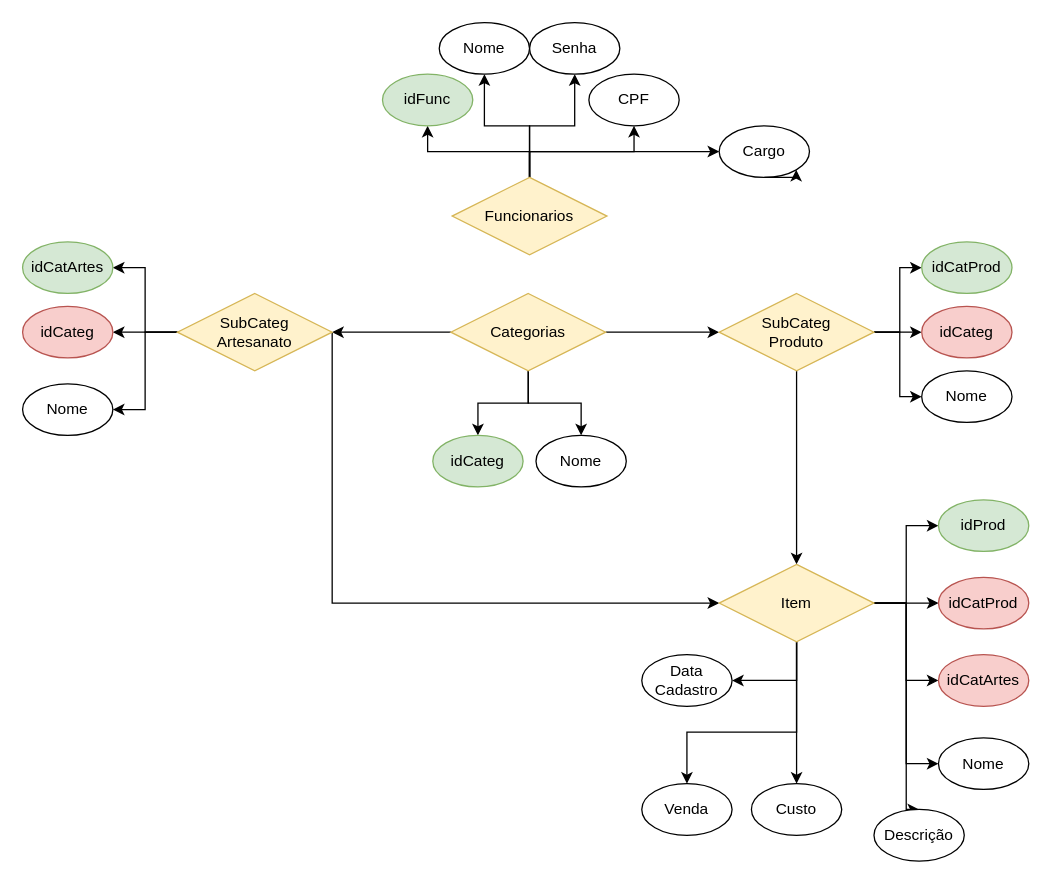
The draw.io diagram diagramaEntidade.drawio in MarinaPereiraCardozo/AtelierCris, before the edit. Source tidied: cells renumbered, new cells numbered last; positions are measured from the earlier drawing's top-left corner, leaving out a move shared by most shapes. Both pictures are drawn from the tidied source at 129%, with x=0, y=0 at pixel (22, 22).
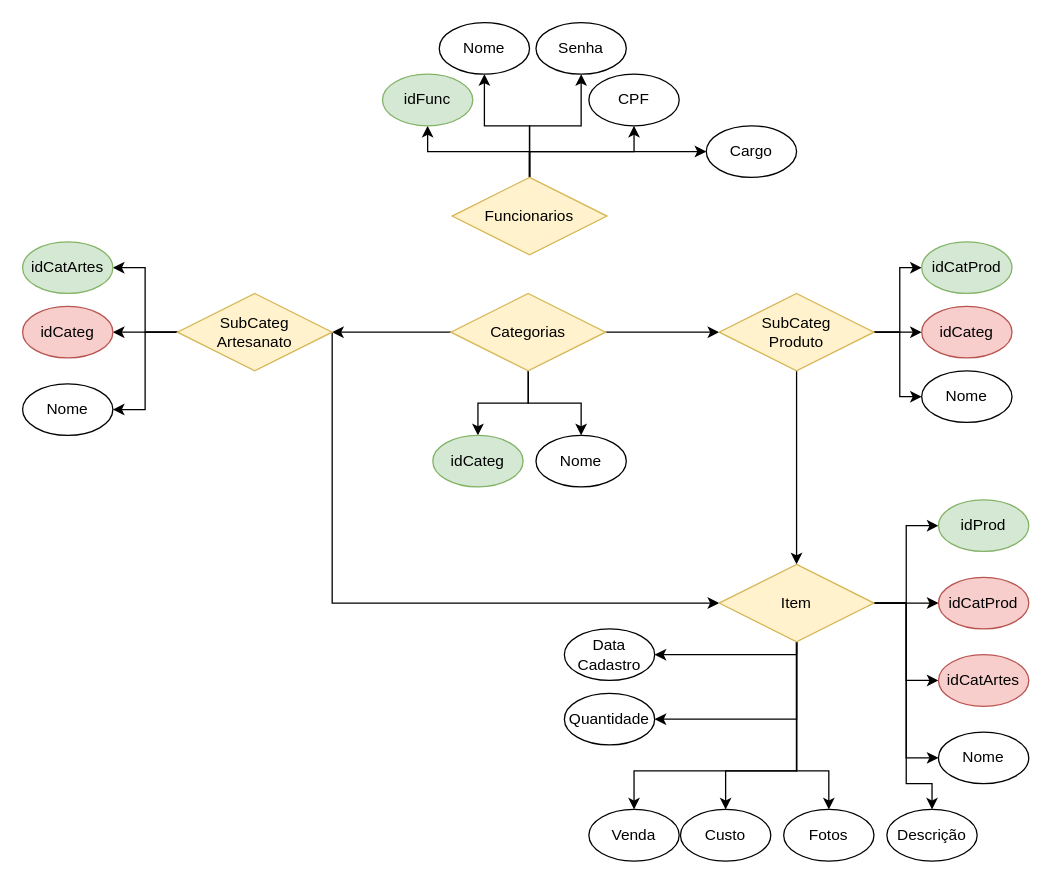
Above is the later version.

The change refers to these unchanged cells:
```xml
<mxCell id="43" value="Item" style="rhombus;whiteSpace=wrap;html=1;fillColor=#fff2cc;strokeColor=#d6b656;" parent="1" vertex="1">
  <mxGeometry x="540" y="420" width="120" height="60" as="geometry" />
</mxCell>
```

Change to the diagram source:
```diff
@@
     <mxCell id="9" value="Senha" style="ellipse;whiteSpace=wrap;html=1;" parent="1" vertex="1">
-      <mxGeometry x="393" width="70" height="40" as="geometry" />
+      <mxGeometry x="398" width="70" height="40" as="geometry" />
     </mxCell>
@@
     <mxCell id="38" style="edgeStyle=orthogonalEdgeStyle;rounded=0;jettySize=auto;html=1;entryX=0.5;entryY=0;entryDx=0;entryDy=0;" parent="1" edge="1" source="43" target="47">
       <mxGeometry relative="1" as="geometry">
         <Array as="points">
           <mxPoint x="685" y="450" />
+          <mxPoint x="685" y="590" />
+          <mxPoint x="705" y="590" />
         </Array>
       </mxGeometry>
     </mxCell>
     <mxCell id="39" style="edgeStyle=orthogonalEdgeStyle;rounded=0;jettySize=auto;html=1;entryX=0.5;entryY=0;entryDx=0;entryDy=0;" parent="1" edge="1" source="43" target="48">
-      <mxGeometry relative="1" as="geometry" />
+      <mxGeometry relative="1" as="geometry">
+        <Array as="points">
+          <mxPoint x="600" y="580" />
+          <mxPoint x="545" y="580" />
+        </Array>
+      </mxGeometry>
     </mxCell>
-    <mxCell id="40" style="edgeStyle=orthogonalEdgeStyle;rounded=0;jettySize=auto;html=1;" parent="1" edge="1" source="43" target="49">
+    <mxCell id="40" style="edgeStyle=orthogonalEdgeStyle;rounded=0;jettySize=auto;html=1;entryX=0.5;entryY=0;entryDx=0;entryDy=0;" parent="1" edge="1" source="43" target="49">
       <mxGeometry relative="1" as="geometry">
         <Array as="points">
-          <mxPoint x="600" y="550" />
-          <mxPoint x="515" y="550" />
+          <mxPoint x="600" y="580" />
+          <mxPoint x="474" y="580" />
         </Array>
       </mxGeometry>
     </mxCell>
     <mxCell id="41" style="edgeStyle=orthogonalEdgeStyle;rounded=0;jettySize=auto;html=1;entryX=1;entryY=0.5;entryDx=0;entryDy=0;" parent="1" edge="1" source="43" target="50">
-      <mxGeometry relative="1" as="geometry" />
+      <mxGeometry relative="1" as="geometry">
+        <Array as="points">
+          <mxPoint x="600" y="490" />
+        </Array>
+      </mxGeometry>
     </mxCell>
@@
+    <mxCell id="54" style="edgeStyle=orthogonalEdgeStyle;rounded=0;jettySize=auto;html=1;entryX=1;entryY=0.5;entryDx=0;entryDy=0;" parent="1" edge="1" source="43" target="56">
+      <mxGeometry relative="1" as="geometry">
+        <Array as="points">
+          <mxPoint x="600" y="540" />
+        </Array>
+      </mxGeometry>
+    </mxCell>
+    <mxCell id="55" style="edgeStyle=orthogonalEdgeStyle;rounded=0;jettySize=auto;html=1;exitX=0.5;exitY=1;exitDx=0;exitDy=0;entryX=0.5;entryY=0;entryDx=0;entryDy=0;" parent="1" edge="1" source="43" target="57">
+      <mxGeometry relative="1" as="geometry">
+        <Array as="points">
+          <mxPoint x="600" y="580" />
+          <mxPoint x="625" y="580" />
+        </Array>
+      </mxGeometry>
+    </mxCell>
@@
     <mxCell id="44" value="Nome" style="ellipse;whiteSpace=wrap;html=1;" parent="1" vertex="1">
-      <mxGeometry x="710" y="554.5" width="70" height="40" as="geometry" />
+      <mxGeometry x="710" y="550" width="70" height="40" as="geometry" />
     </mxCell>
@@
     <mxCell id="47" value="Descrição" style="ellipse;whiteSpace=wrap;html=1;" parent="1" vertex="1">
-      <mxGeometry x="660" y="610" width="70" height="40" as="geometry" />
+      <mxGeometry x="670" y="610" width="70" height="40" as="geometry" />
     </mxCell>
     <mxCell id="48" value="Custo" style="ellipse;whiteSpace=wrap;html=1;" parent="1" vertex="1">
-      <mxGeometry x="565" y="590" width="70" height="40" as="geometry" />
+      <mxGeometry x="510" y="610" width="70" height="40" as="geometry" />
     </mxCell>
     <mxCell id="49" value="Venda" style="ellipse;whiteSpace=wrap;html=1;" parent="1" vertex="1">
-      <mxGeometry x="480" y="590" width="70" height="40" as="geometry" />
+      <mxGeometry x="439" y="610" width="70" height="40" as="geometry" />
     </mxCell>
     <mxCell id="50" value="Data&lt;br&gt;Cadastro" style="ellipse;whiteSpace=wrap;html=1;" parent="1" vertex="1">
-      <mxGeometry x="480" y="490" width="70" height="40" as="geometry" />
+      <mxGeometry x="420" y="470" width="70" height="40" as="geometry" />
     </mxCell>
     <mxCell id="51" value="Cargo" style="ellipse;whiteSpace=wrap;html=1;" parent="1" vertex="1">
-      <mxGeometry x="540" y="80" width="70" height="40" as="geometry" />
+      <mxGeometry x="530" y="80" width="70" height="40" as="geometry" />
     </mxCell>
-    <mxCell id="52" style="edgeStyle=orthogonalEdgeStyle;rounded=0;orthogonalLoop=1;jettySize=auto;html=1;exitX=0.5;exitY=1;exitDx=0;exitDy=0;entryX=1;entryY=1;entryDx=0;entryDy=0;" parent="1" edge="1" source="51" target="51">
-      <mxGeometry relative="1" as="geometry" />
-    </mxCell>
@@
+    <mxCell id="56" value="Quantidade" style="ellipse;whiteSpace=wrap;html=1;" parent="1" vertex="1">
+      <mxGeometry x="420" y="520" width="70" height="40" as="geometry" />
+    </mxCell>
+    <mxCell id="57" value="Fotos" style="ellipse;whiteSpace=wrap;html=1;" parent="1" vertex="1">
+      <mxGeometry x="590" y="610" width="70" height="40" as="geometry" />
+    </mxCell>
```
